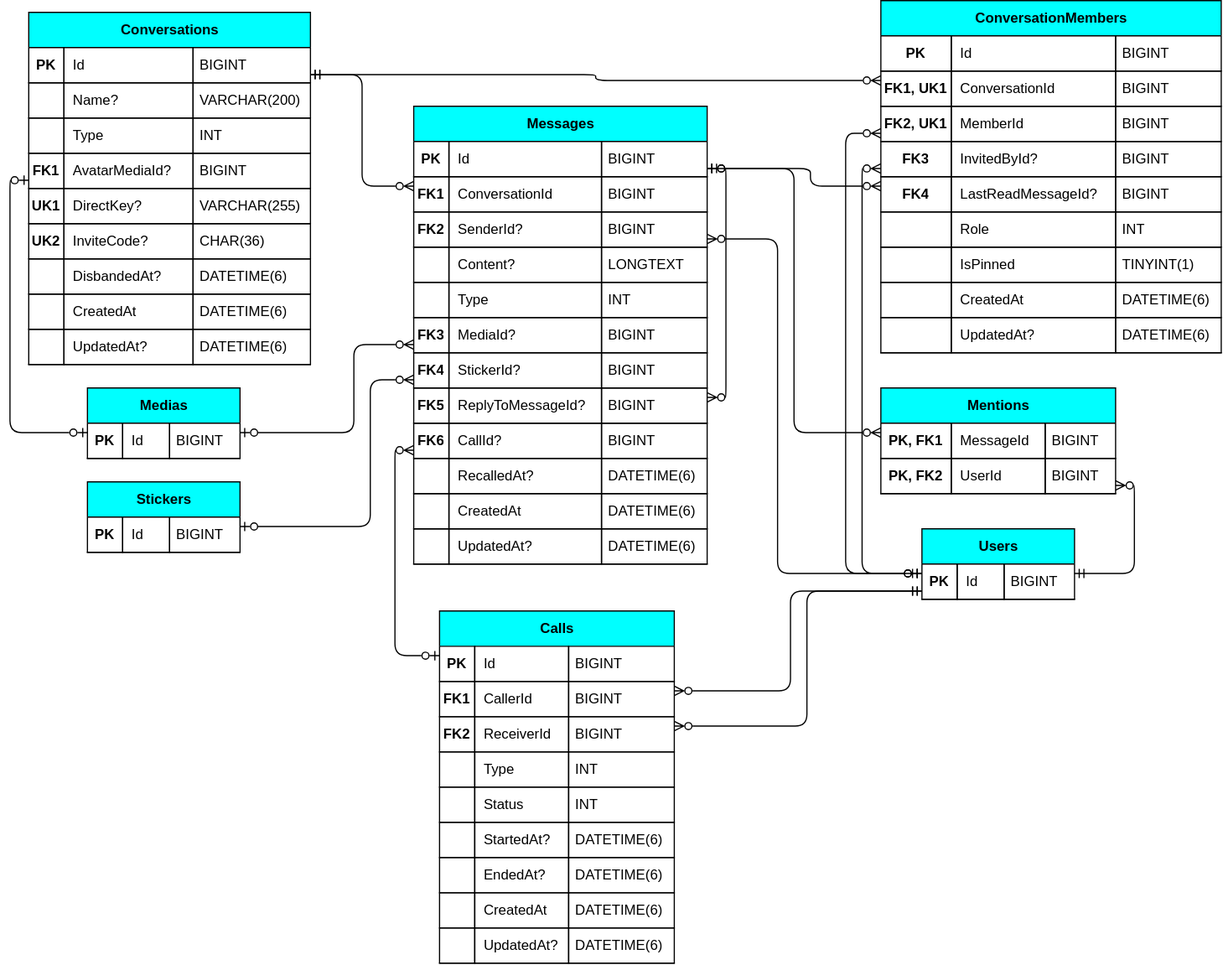
Above: docs/erds/messaging-and-call.drawio.svg in MinhKhoa05/RealtimeChat (draw.io), before the change. Source tidied: cells renumbered, new cells last; positions are measured from the earlier drawing's top-left corner, leaving out a move shared by most shapes.
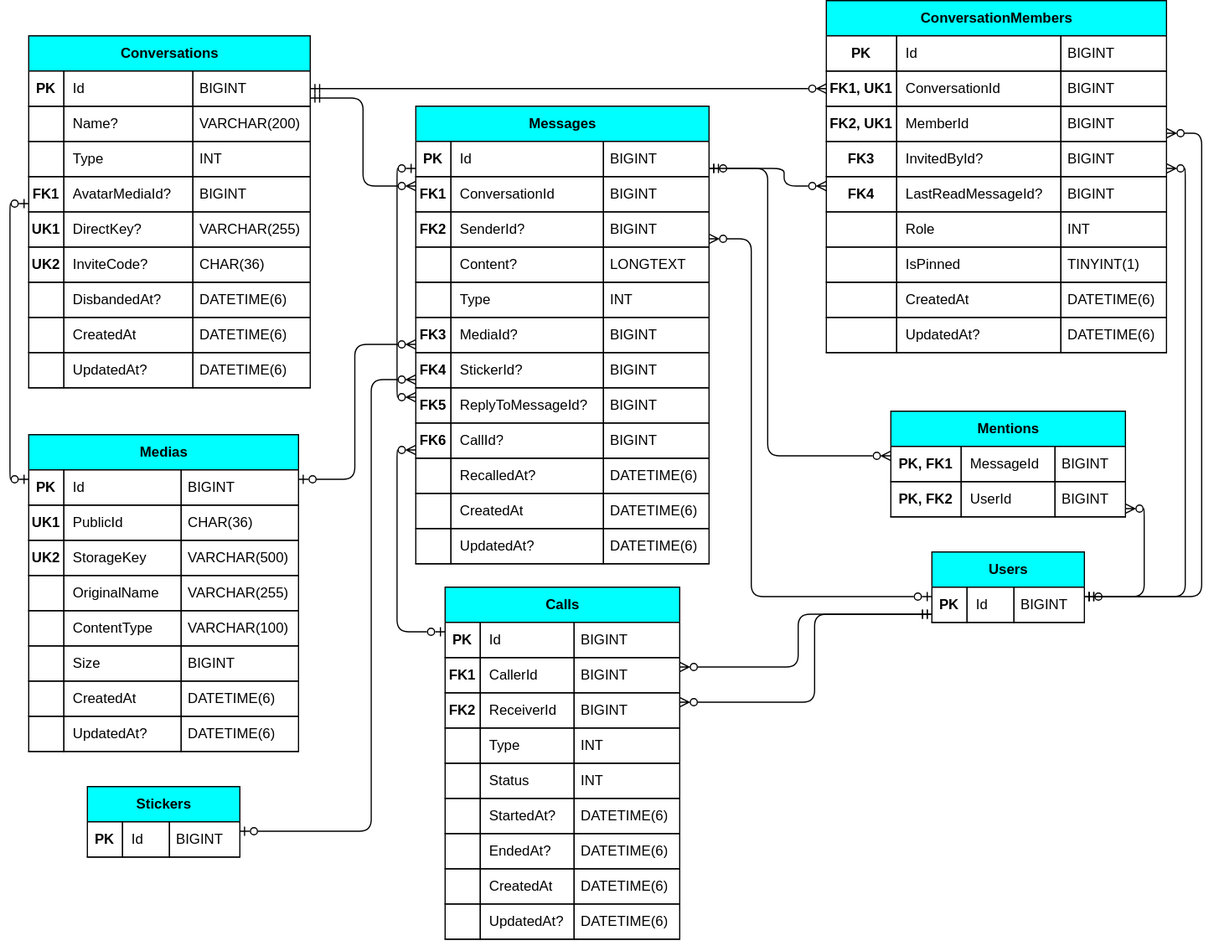
After the commit.

Commit message:
docs(erds): move Medias to messaging module and update database_design.md

Change to the diagram source:
```diff
@@ -5,3 +5,3 @@
     <mxCell id="2" value="Conversations" style="shape=table;startSize=30;rowLines=1;columnLines=1;fontStyle=1;align=center;html=1;rounded=0;fillColor=light-dark(#00ffff, #ededed);" parent="1" vertex="1">
-      <mxGeometry x="16" y="10" width="240" height="300" as="geometry" />
+      <mxGeometry x="-68" y="-10" width="240" height="300" as="geometry" />
     </mxCell>
@@ -116,6 +116,6 @@
     <mxCell id="39" value="Medias" style="shape=table;startSize=30;rowLines=1;columnLines=1;fontStyle=1;align=center;html=1;rounded=0;fillColor=light-dark(#00ffff, #ededed);" parent="1" vertex="1">
-      <mxGeometry x="66" y="330" width="130" height="60" as="geometry" />
+      <mxGeometry x="-68" y="330" width="230" height="270" as="geometry" />
     </mxCell>
     <mxCell id="40" style="shape=tableRow;horizontal=0;startSize=0;swimlaneHead=0;swimlaneBody=0;fillColor=none;points=[[0,0.5],[1,0.5]];portConstraint=eastwest;top=0;left=0;right=0;bottom=1;rounded=0;" parent="39" vertex="1">
-      <mxGeometry y="30" width="130" height="30" as="geometry" />
+      <mxGeometry y="30" width="230" height="30" as="geometry" />
     </mxCell>
@@ -125,9 +125,93 @@
     <mxCell id="42" value="Id" style="shape=partialRectangle;fillColor=none;top=0;left=0;bottom=0;overflow=hidden;whiteSpace=wrap;html=1;rounded=0;right=1;align=left;spacingLeft=6;" parent="40" vertex="1">
-      <mxGeometry x="30" width="40" height="30" as="geometry" />
+      <mxGeometry x="30" width="100" height="30" as="geometry" />
     </mxCell>
     <mxCell id="43" value="BIGINT" style="shape=partialRectangle;fillColor=none;top=0;left=0;bottom=0;overflow=hidden;whiteSpace=wrap;html=1;rounded=0;right=0;align=left;spacingLeft=4;" parent="40" vertex="1">
-      <mxGeometry x="70" width="60" height="30" as="geometry" />
+      <mxGeometry x="130" width="100" height="30" as="geometry" />
     </mxCell>
+    <mxCell id="201" style="shape=tableRow;horizontal=0;startSize=0;swimlaneHead=0;swimlaneBody=0;fillColor=none;top=0;left=0;right=0;bottom=1;rounded=0;" parent="39" vertex="1">
+      <mxGeometry y="60" width="230" height="30" as="geometry" />
+    </mxCell>
+    <mxCell id="202" value="&lt;b&gt;UK1&lt;/b&gt;" style="shape=partialRectangle;fillColor=none;top=0;left=0;bottom=0;overflow=hidden;whiteSpace=wrap;html=1;rounded=0;right=1;" parent="201" vertex="1">
+      <mxGeometry width="30" height="30" as="geometry" />
+    </mxCell>
+    <mxCell id="203" value="PublicId" style="shape=partialRectangle;fillColor=none;top=0;left=0;bottom=0;overflow=hidden;whiteSpace=wrap;html=1;rounded=0;right=1;align=left;spacingLeft=6;" parent="201" vertex="1">
+      <mxGeometry x="30" width="100" height="30" as="geometry" />
+    </mxCell>
+    <mxCell id="204" value="CHAR(36)" style="shape=partialRectangle;fillColor=none;top=0;left=0;bottom=0;overflow=hidden;whiteSpace=wrap;html=1;rounded=0;right=0;align=left;spacingLeft=4;" parent="201" vertex="1">
+      <mxGeometry x="130" width="100" height="30" as="geometry" />
+    </mxCell>
+    <mxCell id="205" style="shape=tableRow;horizontal=0;startSize=0;swimlaneHead=0;swimlaneBody=0;fillColor=none;top=0;left=0;right=0;bottom=1;rounded=0;" parent="39" vertex="1">
+      <mxGeometry y="90" width="230" height="30" as="geometry" />
+    </mxCell>
+    <mxCell id="206" value="&lt;b&gt;UK2&lt;/b&gt;" style="shape=partialRectangle;fillColor=none;top=0;left=0;bottom=0;overflow=hidden;whiteSpace=wrap;html=1;rounded=0;right=1;" parent="205" vertex="1">
+      <mxGeometry width="30" height="30" as="geometry" />
+    </mxCell>
+    <mxCell id="207" value="StorageKey" style="shape=partialRectangle;fillColor=none;top=0;left=0;bottom=0;overflow=hidden;whiteSpace=wrap;html=1;rounded=0;right=1;align=left;spacingLeft=6;" parent="205" vertex="1">
+      <mxGeometry x="30" width="100" height="30" as="geometry" />
+    </mxCell>
+    <mxCell id="208" value="VARCHAR(500)" style="shape=partialRectangle;fillColor=none;top=0;left=0;bottom=0;overflow=hidden;whiteSpace=wrap;html=1;rounded=0;right=0;align=left;spacingLeft=4;" parent="205" vertex="1">
+      <mxGeometry x="130" width="100" height="30" as="geometry" />
+    </mxCell>
+    <mxCell id="209" style="shape=tableRow;horizontal=0;startSize=0;swimlaneHead=0;swimlaneBody=0;fillColor=none;top=0;left=0;right=0;bottom=1;rounded=0;" parent="39" vertex="1">
+      <mxGeometry y="120" width="230" height="30" as="geometry" />
+    </mxCell>
+    <mxCell id="210" style="shape=partialRectangle;fillColor=none;top=0;left=0;bottom=0;overflow=hidden;whiteSpace=wrap;html=1;rounded=0;right=1;" parent="209" vertex="1">
+      <mxGeometry width="30" height="30" as="geometry" />
+    </mxCell>
+    <mxCell id="211" value="OriginalName" style="shape=partialRectangle;fillColor=none;top=0;left=0;bottom=0;overflow=hidden;whiteSpace=wrap;html=1;rounded=0;right=1;align=left;spacingLeft=6;" parent="209" vertex="1">
+      <mxGeometry x="30" width="100" height="30" as="geometry" />
+    </mxCell>
+    <mxCell id="212" value="VARCHAR(255)" style="shape=partialRectangle;fillColor=none;top=0;left=0;bottom=0;overflow=hidden;whiteSpace=wrap;html=1;rounded=0;right=0;align=left;spacingLeft=4;" parent="209" vertex="1">
+      <mxGeometry x="130" width="100" height="30" as="geometry" />
+    </mxCell>
+    <mxCell id="213" style="shape=tableRow;horizontal=0;startSize=0;swimlaneHead=0;swimlaneBody=0;fillColor=none;top=0;left=0;right=0;bottom=1;rounded=0;" parent="39" vertex="1">
+      <mxGeometry y="150" width="230" height="30" as="geometry" />
+    </mxCell>
+    <mxCell id="214" style="shape=partialRectangle;fillColor=none;top=0;left=0;bottom=0;overflow=hidden;whiteSpace=wrap;html=1;rounded=0;right=1;" parent="213" vertex="1">
+      <mxGeometry width="30" height="30" as="geometry" />
+    </mxCell>
+    <mxCell id="215" value="ContentType" style="shape=partialRectangle;fillColor=none;top=0;left=0;bottom=0;overflow=hidden;whiteSpace=wrap;html=1;rounded=0;right=1;align=left;spacingLeft=6;" parent="213" vertex="1">
+      <mxGeometry x="30" width="100" height="30" as="geometry" />
+    </mxCell>
+    <mxCell id="216" value="VARCHAR(100)" style="shape=partialRectangle;fillColor=none;top=0;left=0;bottom=0;overflow=hidden;whiteSpace=wrap;html=1;rounded=0;right=0;align=left;spacingLeft=4;" parent="213" vertex="1">
+      <mxGeometry x="130" width="100" height="30" as="geometry" />
+    </mxCell>
+    <mxCell id="217" style="shape=tableRow;horizontal=0;startSize=0;swimlaneHead=0;swimlaneBody=0;fillColor=none;top=0;left=0;right=0;bottom=1;rounded=0;" parent="39" vertex="1">
+      <mxGeometry y="180" width="230" height="30" as="geometry" />
+    </mxCell>
+    <mxCell id="218" style="shape=partialRectangle;fillColor=none;top=0;left=0;bottom=0;overflow=hidden;whiteSpace=wrap;html=1;rounded=0;right=1;" parent="217" vertex="1">
+      <mxGeometry width="30" height="30" as="geometry" />
+    </mxCell>
+    <mxCell id="219" value="Size" style="shape=partialRectangle;fillColor=none;top=0;left=0;bottom=0;overflow=hidden;whiteSpace=wrap;html=1;rounded=0;right=1;align=left;spacingLeft=6;" parent="217" vertex="1">
+      <mxGeometry x="30" width="100" height="30" as="geometry" />
+    </mxCell>
+    <mxCell id="220" value="BIGINT" style="shape=partialRectangle;fillColor=none;top=0;left=0;bottom=0;overflow=hidden;whiteSpace=wrap;html=1;rounded=0;right=0;align=left;spacingLeft=4;" parent="217" vertex="1">
+      <mxGeometry x="130" width="100" height="30" as="geometry" />
+    </mxCell>
+    <mxCell id="221" style="shape=tableRow;horizontal=0;startSize=0;swimlaneHead=0;swimlaneBody=0;fillColor=none;top=0;left=0;right=0;bottom=1;rounded=0;" parent="39" vertex="1">
+      <mxGeometry y="210" width="230" height="30" as="geometry" />
+    </mxCell>
+    <mxCell id="222" style="shape=partialRectangle;fillColor=none;top=0;left=0;bottom=0;overflow=hidden;whiteSpace=wrap;html=1;rounded=0;right=1;" parent="221" vertex="1">
+      <mxGeometry width="30" height="30" as="geometry" />
+    </mxCell>
+    <mxCell id="223" value="CreatedAt" style="shape=partialRectangle;fillColor=none;top=0;left=0;bottom=0;overflow=hidden;whiteSpace=wrap;html=1;rounded=0;right=1;align=left;spacingLeft=6;" parent="221" vertex="1">
+      <mxGeometry x="30" width="100" height="30" as="geometry" />
+    </mxCell>
+    <mxCell id="224" value="DATETIME(6)" style="shape=partialRectangle;fillColor=none;top=0;left=0;bottom=0;overflow=hidden;whiteSpace=wrap;html=1;rounded=0;right=0;align=left;spacingLeft=4;" parent="221" vertex="1">
+      <mxGeometry x="130" width="100" height="30" as="geometry" />
+    </mxCell>
+    <mxCell id="225" style="shape=tableRow;horizontal=0;startSize=0;swimlaneHead=0;swimlaneBody=0;fillColor=none;top=0;left=0;right=0;bottom=1;rounded=0;" parent="39" vertex="1">
+      <mxGeometry y="240" width="230" height="30" as="geometry" />
+    </mxCell>
+    <mxCell id="226" style="shape=partialRectangle;fillColor=none;top=0;left=0;bottom=0;overflow=hidden;whiteSpace=wrap;html=1;rounded=0;right=1;" parent="225" vertex="1">
+      <mxGeometry width="30" height="30" as="geometry" />
+    </mxCell>
+    <mxCell id="227" value="UpdatedAt?" style="shape=partialRectangle;fillColor=none;top=0;left=0;bottom=0;overflow=hidden;whiteSpace=wrap;html=1;rounded=0;right=1;align=left;spacingLeft=6;" parent="225" vertex="1">
+      <mxGeometry x="30" width="100" height="30" as="geometry" />
+    </mxCell>
+    <mxCell id="228" value="DATETIME(6)" style="shape=partialRectangle;fillColor=none;top=0;left=0;bottom=0;overflow=hidden;whiteSpace=wrap;html=1;rounded=0;right=0;align=left;spacingLeft=4;" parent="225" vertex="1">
+      <mxGeometry x="130" width="100" height="30" as="geometry" />
+    </mxCell>
     <mxCell id="44" value="Stickers" style="shape=table;startSize=30;rowLines=1;columnLines=1;fontStyle=1;align=center;html=1;rounded=0;fillColor=light-dark(#00ffff, #ededed);" parent="1" vertex="1">
-      <mxGeometry x="66" y="410" width="130" height="60" as="geometry" />
+      <mxGeometry x="-18" y="630" width="130" height="60" as="geometry" />
     </mxCell>
@@ -146,3 +230,3 @@
     <mxCell id="49" value="ConversationMembers" style="shape=table;startSize=30;rowLines=1;columnLines=1;fontStyle=1;align=center;html=1;rounded=0;fillColor=light-dark(#00ffff, #ededed);" parent="1" vertex="1">
-      <mxGeometry x="742" width="290" height="300" as="geometry" />
+      <mxGeometry x="612" y="-40" width="290" height="300" as="geometry" />
     </mxCell>
@@ -257,3 +341,3 @@
     <mxCell id="86" value="Messages" style="shape=table;startSize=30;rowLines=1;columnLines=1;fontStyle=1;align=center;html=1;rounded=0;fillColor=light-dark(#00ffff, #ededed);" parent="1" vertex="1">
-      <mxGeometry x="344" y="90" width="250" height="390" as="geometry" />
+      <mxGeometry x="262" y="50" width="250" height="390" as="geometry" />
     </mxCell>
@@ -404,3 +488,3 @@
     <mxCell id="135" value="Users" style="shape=table;startSize=30;rowLines=1;columnLines=1;fontStyle=1;align=center;html=1;rounded=0;fillColor=light-dark(#00ffff, #ededed);" parent="1" vertex="1">
-      <mxGeometry x="777" y="450" width="130" height="60" as="geometry" />
+      <mxGeometry x="702" y="430" width="130" height="60" as="geometry" />
     </mxCell>
@@ -419,3 +503,3 @@
     <mxCell id="140" value="Mentions" style="shape=table;startSize=30;rowLines=1;columnLines=1;fontStyle=1;align=center;html=1;rounded=0;fillColor=light-dark(#00ffff, #ededed);" parent="1" vertex="1">
-      <mxGeometry x="742" y="330" width="200" height="90" as="geometry" />
+      <mxGeometry x="667" y="310" width="200" height="90" as="geometry" />
     </mxCell>
@@ -446,3 +530,3 @@
     <mxCell id="149" value="Calls" style="shape=table;startSize=30;rowLines=1;columnLines=1;fontStyle=1;align=center;html=1;rounded=0;fillColor=light-dark(#00ffff, #ededed);" parent="1" vertex="1">
-      <mxGeometry x="366" y="520" width="200" height="300" as="geometry" />
+      <mxGeometry x="287" y="460" width="200" height="300" as="geometry" />
     </mxCell>
@@ -557,8 +641,3 @@
     <mxCell id="186" style="edgeStyle=orthogonalEdgeStyle;fontSize=12;html=1;startArrow=ERzeroToMany;startFill=0;endArrow=ERmandOne;endFill=0;libavoidRouting=1;" parent="1" edge="1" source="54" target="3">
-      <mxGeometry relative="1" as="geometry">
-        <Array as="points">
-          <mxPoint x="499" y="68" />
-          <mxPoint x="499" y="63" />
-        </Array>
-      </mxGeometry>
+      <mxGeometry relative="1" as="geometry" />
     </mxCell>
@@ -567,4 +646,4 @@
         <Array as="points">
-          <mxPoint x="300" y="158" />
-          <mxPoint x="300" y="63" />
+          <mxPoint x="217" y="118" />
+          <mxPoint x="217" y="43" />
         </Array>
@@ -575,4 +654,4 @@
         <Array as="points">
-          <mxPoint y="153" />
-          <mxPoint y="368" />
+          <mxPoint x="-84" y="133" />
+          <mxPoint x="-84" y="368" />
         </Array>
@@ -583,4 +662,4 @@
         <Array as="points">
-          <mxPoint x="293" y="293" />
-          <mxPoint x="293" y="368" />
+          <mxPoint x="210" y="253" />
+          <mxPoint x="210" y="368" />
         </Array>
@@ -591,4 +670,4 @@
         <Array as="points">
-          <mxPoint x="307" y="323" />
-          <mxPoint x="307" y="448" />
+          <mxPoint x="224" y="283" />
+          <mxPoint x="224" y="668" />
         </Array>
@@ -599,4 +678,4 @@
         <Array as="points">
-          <mxPoint x="712" y="113" />
-          <mxPoint x="712" y="488" />
+          <mxPoint x="932" y="73" />
+          <mxPoint x="932" y="468" />
         </Array>
@@ -607,4 +686,4 @@
         <Array as="points">
-          <mxPoint x="726" y="143" />
-          <mxPoint x="726" y="488" />
+          <mxPoint x="918" y="103" />
+          <mxPoint x="918" y="468" />
         </Array>
@@ -615,4 +694,4 @@
         <Array as="points">
-          <mxPoint x="654" y="203" />
-          <mxPoint x="654" y="488" />
+          <mxPoint x="548" y="163" />
+          <mxPoint x="548" y="468" />
         </Array>
@@ -623,4 +702,4 @@
         <Array as="points">
-          <mxPoint x="958" y="413" />
-          <mxPoint x="958" y="488" />
+          <mxPoint x="883" y="393" />
+          <mxPoint x="883" y="468" />
         </Array>
@@ -631,4 +710,4 @@
         <Array as="points">
-          <mxPoint x="665" y="588" />
-          <mxPoint x="665" y="503" />
+          <mxPoint x="588" y="528" />
+          <mxPoint x="588" y="483" />
         </Array>
@@ -639,4 +718,4 @@
         <Array as="points">
-          <mxPoint x="679" y="618" />
-          <mxPoint x="679" y="503" />
+          <mxPoint x="602" y="558" />
+          <mxPoint x="602" y="483" />
         </Array>
@@ -647,4 +726,4 @@
         <Array as="points">
-          <mxPoint x="682" y="158" />
-          <mxPoint x="682" y="143" />
+          <mxPoint x="576" y="118" />
+          <mxPoint x="576" y="103" />
         </Array>
@@ -655,4 +734,4 @@
         <Array as="points">
-          <mxPoint x="610" y="338" />
-          <mxPoint x="610" y="143" />
+          <mxPoint x="246" y="298" />
+          <mxPoint x="246" y="103" />
         </Array>
@@ -663,4 +742,4 @@
         <Array as="points">
-          <mxPoint x="668" y="368" />
-          <mxPoint x="668" y="143" />
+          <mxPoint x="562" y="348" />
+          <mxPoint x="562" y="103" />
         </Array>
@@ -671,4 +750,4 @@
         <Array as="points">
-          <mxPoint x="328" y="383" />
-          <mxPoint x="328" y="558" />
+          <mxPoint x="246" y="343" />
+          <mxPoint x="246" y="498" />
         </Array>
```
